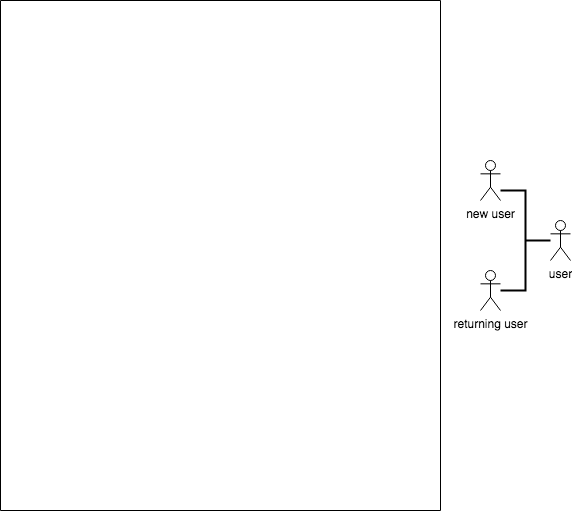
Before: diagrams/MNIST diagram use case.drawio.png, a diagram exported from draw.io (ltlx4/mnist-human). Source tidied: cells renumbered, new cells last; positions are measured from the earlier drawing's top-left corner, leaving out a move shared by most shapes.
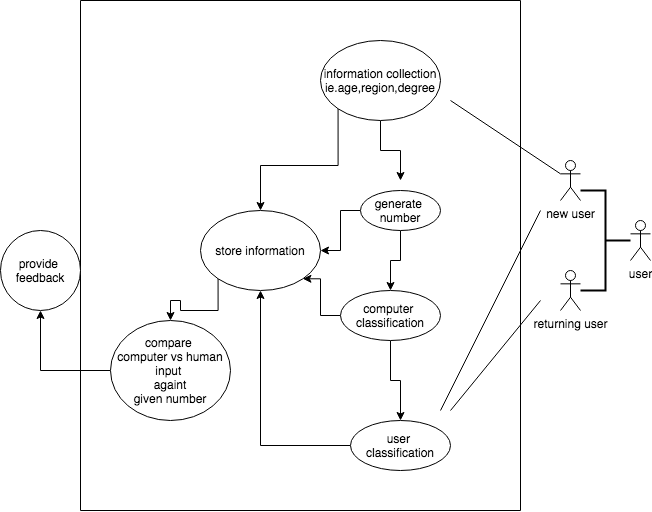
The same file after the commit.

What changed in the source:
```diff
@@ -38,5 +38,72 @@
     <mxCell id="9" value="returning user" style="shape=umlActor;verticalLabelPosition=bottom;verticalAlign=top;html=1;" parent="1" vertex="1">
       <mxGeometry x="480" y="270" width="20" height="40" as="geometry" />
     </mxCell>
+    <mxCell id="10" style="edgeStyle=orthogonalEdgeStyle;rounded=0;jettySize=auto;html=1;exitX=0.5;exitY=1;exitDx=0;exitDy=0;entryX=0.5;entryY=0;entryDx=0;entryDy=0;" parent="1" edge="1" source="12" target="15">
+      <mxGeometry relative="1" as="geometry" />
+    </mxCell>
+    <mxCell id="11" style="edgeStyle=orthogonalEdgeStyle;rounded=0;jettySize=auto;html=1;exitX=0;exitY=0.5;exitDx=0;exitDy=0;entryX=1;entryY=0.5;entryDx=0;entryDy=0;" parent="1" edge="1" source="12" target="25">
+      <mxGeometry relative="1" as="geometry" />
+    </mxCell>
+    <mxCell id="12" value="generate&amp;nbsp;&lt;br&gt;number" style="ellipse;whiteSpace=wrap;html=1;" parent="1" vertex="1">
+      <mxGeometry x="280" y="190" width="80" height="40" as="geometry" />
+    </mxCell>
+    <mxCell id="13" style="edgeStyle=orthogonalEdgeStyle;rounded=0;jettySize=auto;html=1;exitX=0.5;exitY=1;exitDx=0;exitDy=0;entryX=0.5;entryY=0;entryDx=0;entryDy=0;" parent="1" edge="1" source="15" target="17">
+      <mxGeometry relative="1" as="geometry" />
+    </mxCell>
+    <mxCell id="14" style="edgeStyle=orthogonalEdgeStyle;rounded=0;jettySize=auto;html=1;exitX=0;exitY=0.5;exitDx=0;exitDy=0;entryX=1;entryY=1;entryDx=0;entryDy=0;" parent="1" edge="1" source="15" target="25">
+      <mxGeometry relative="1" as="geometry" />
+    </mxCell>
+    <mxCell id="15" value="computer&amp;nbsp;&lt;br&gt;classification" style="ellipse;whiteSpace=wrap;html=1;" parent="1" vertex="1">
+      <mxGeometry x="260" y="290" width="100" height="50" as="geometry" />
+    </mxCell>
+    <mxCell id="16" style="edgeStyle=orthogonalEdgeStyle;rounded=0;jettySize=auto;html=1;exitX=0;exitY=0.5;exitDx=0;exitDy=0;entryX=0.5;entryY=1;entryDx=0;entryDy=0;" parent="1" edge="1" source="17" target="25">
+      <mxGeometry relative="1" as="geometry" />
+    </mxCell>
+    <mxCell id="17" value="user&amp;nbsp;&lt;br&gt;classification" style="ellipse;whiteSpace=wrap;html=1;" parent="1" vertex="1">
+      <mxGeometry x="270" y="420" width="100" height="50" as="geometry" />
+    </mxCell>
+    <mxCell id="18" style="edgeStyle=orthogonalEdgeStyle;rounded=0;jettySize=auto;html=1;exitX=0.5;exitY=1;exitDx=0;exitDy=0;" parent="1" edge="1" source="20">
+      <mxGeometry relative="1" as="geometry">
+        <mxPoint x="320" y="180" as="targetPoint" />
+      </mxGeometry>
+    </mxCell>
+    <mxCell id="19" style="edgeStyle=orthogonalEdgeStyle;rounded=0;jettySize=auto;html=1;exitX=0;exitY=1;exitDx=0;exitDy=0;" parent="1" edge="1" source="20" target="25">
+      <mxGeometry relative="1" as="geometry" />
+    </mxCell>
+    <mxCell id="20" value="information collection&lt;br&gt;ie.age,region,degree" style="ellipse;whiteSpace=wrap;html=1;" parent="1" vertex="1">
+      <mxGeometry x="240" y="40" width="120" height="80" as="geometry" />
+    </mxCell>
+    <mxCell id="21" style="endArrow=none;html=1;rounded=0;entryX=0;entryY=0.3333333333333333;entryDx=0;entryDy=0;entryPerimeter=0;" parent="1" edge="1" target="8">
+      <mxGeometry relative="1" as="geometry">
+        <mxPoint x="370" y="100" as="sourcePoint" />
+      </mxGeometry>
+    </mxCell>
+    <mxCell id="22" style="endArrow=none;html=1;rounded=0;" parent="1" edge="1">
+      <mxGeometry relative="1" as="geometry">
+        <mxPoint x="360" y="410" as="sourcePoint" />
+        <mxPoint x="460" y="210" as="targetPoint" />
+      </mxGeometry>
+    </mxCell>
+    <mxCell id="23" style="endArrow=none;html=1;rounded=0;" parent="1" edge="1">
+      <mxGeometry relative="1" as="geometry">
+        <mxPoint x="370" y="410" as="sourcePoint" />
+        <mxPoint x="460" y="300" as="targetPoint" />
+      </mxGeometry>
+    </mxCell>
+    <mxCell id="24" style="edgeStyle=orthogonalEdgeStyle;rounded=0;jettySize=auto;html=1;exitX=0;exitY=1;exitDx=0;exitDy=0;entryX=0.5;entryY=0;entryDx=0;entryDy=0;" parent="1" edge="1" source="25" target="27">
+      <mxGeometry relative="1" as="geometry" />
+    </mxCell>
+    <mxCell id="25" value="store information" style="ellipse;whiteSpace=wrap;html=1;" parent="1" vertex="1">
+      <mxGeometry x="120" y="210" width="120" height="80" as="geometry" />
+    </mxCell>
+    <mxCell id="26" style="edgeStyle=orthogonalEdgeStyle;rounded=0;jettySize=auto;html=1;exitX=0;exitY=0.5;exitDx=0;exitDy=0;" parent="1" edge="1" source="27" target="28">
+      <mxGeometry relative="1" as="geometry" />
+    </mxCell>
+    <mxCell id="27" value="compare&amp;nbsp;&lt;br&gt;computer vs human&lt;br&gt;input&amp;nbsp;&lt;br&gt;againt&lt;br&gt;given number" style="ellipse;whiteSpace=wrap;html=1;" parent="1" vertex="1">
+      <mxGeometry x="30" y="320" width="120" height="100" as="geometry" />
+    </mxCell>
+    <mxCell id="28" value="provide&amp;nbsp;&lt;br&gt;feedback" style="ellipse;whiteSpace=wrap;html=1;" parent="1" vertex="1">
+      <mxGeometry x="-80" y="230" width="80" height="80" as="geometry" />
+    </mxCell>
   </root>
 </mxGraphModel>
```
